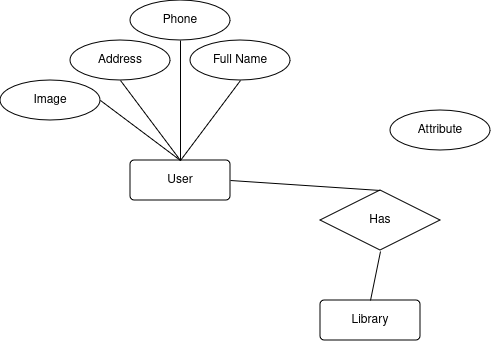
This is Untitled Diagram.drawio.png from Hossamfc9/Database-Design, a draw.io export, as it was before one commit. Source tidied: cells renumbered, new cells last; positions are measured from the earlier drawing's top-left corner, leaving out a move shared by most shapes.
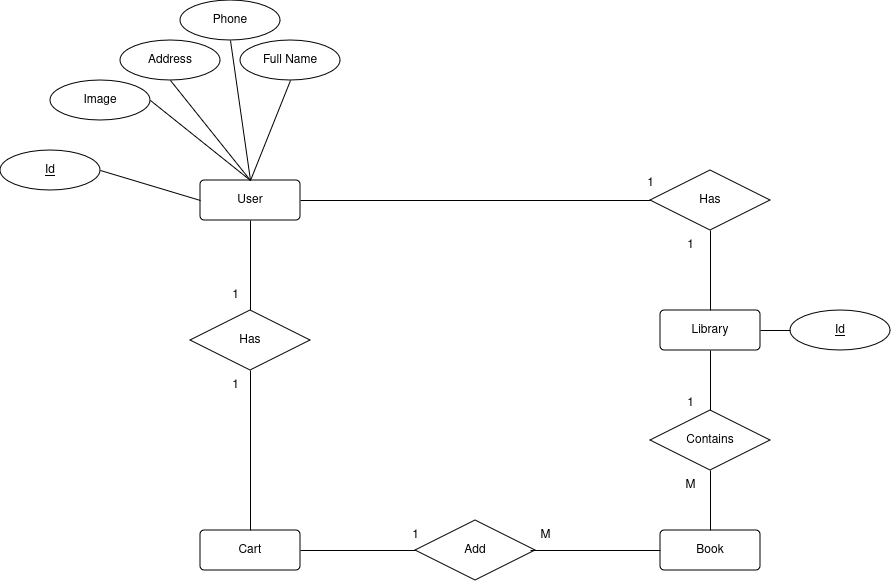
After the change.

Diff of the diagram source:
```diff
@@ -3,7 +3,7 @@
     <mxCell id="0" />
     <mxCell id="1" parent="0" />
     <mxCell id="2" value="User" style="rounded=1;arcSize=10;whiteSpace=wrap;html=1;align=center;" parent="1" vertex="1">
-      <mxGeometry x="130" y="160" width="100" height="40" as="geometry" />
+      <mxGeometry x="150" y="180" width="100" height="40" as="geometry" />
     </mxCell>
     <mxCell id="3" value="Full Name" style="ellipse;whiteSpace=wrap;html=1;align=center;" parent="1" vertex="1">
       <mxGeometry x="190" y="40" width="100" height="40" as="geometry" />
@@ -14,9 +14,6 @@
     <mxCell id="5" value="Phone" style="ellipse;whiteSpace=wrap;html=1;align=center;" parent="1" vertex="1">
       <mxGeometry x="130" width="100" height="40" as="geometry" />
     </mxCell>
-    <mxCell id="6" value="Attribute" style="ellipse;whiteSpace=wrap;html=1;align=center;" parent="1" vertex="1">
-      <mxGeometry x="390" y="110" width="100" height="40" as="geometry" />
-    </mxCell>
     <mxCell id="7" value="Image" style="ellipse;whiteSpace=wrap;html=1;align=center;" parent="1" vertex="1">
       <mxGeometry y="80" width="100" height="40" as="geometry" />
     </mxCell>
@@ -25,30 +22,97 @@
     </mxCell>
     <mxCell id="9" style="endArrow=none;html=1;rounded=0;exitX=0.5;exitY=1;exitDx=0;exitDy=0;" parent="1" edge="1" source="5">
       <mxGeometry relative="1" as="geometry">
-        <mxPoint x="180" y="160" as="targetPoint" />
+        <mxPoint x="200" y="180" as="targetPoint" />
       </mxGeometry>
     </mxCell>
     <mxCell id="10" style="endArrow=none;html=1;rounded=0;entryX=0.5;entryY=0;entryDx=0;entryDy=0;exitX=0.5;exitY=1;exitDx=0;exitDy=0;" parent="1" edge="1" source="4" target="2">
       <mxGeometry relative="1" as="geometry" />
     </mxCell>
-    <mxCell id="11" style="endArrow=none;html=1;rounded=0;exitX=1;exitY=0.5;exitDx=0;exitDy=0;" parent="1" edge="1" source="7">
-      <mxGeometry relative="1" as="geometry">
-        <mxPoint x="180" y="160" as="targetPoint" />
-      </mxGeometry>
+    <mxCell id="11" style="endArrow=none;html=1;rounded=0;exitX=1;exitY=0.5;exitDx=0;exitDy=0;entryX=0.5;entryY=0;entryDx=0;entryDy=0;" parent="1" edge="1" source="7" target="2">
+      <mxGeometry relative="1" as="geometry" />
     </mxCell>
     <mxCell id="12" value="Library" style="rounded=1;arcSize=10;whiteSpace=wrap;html=1;align=center;" parent="1" vertex="1">
-      <mxGeometry x="320" y="300" width="100" height="40" as="geometry" />
+      <mxGeometry x="610" y="310" width="100" height="40" as="geometry" />
     </mxCell>
-    <mxCell id="13" style="endArrow=none;html=1;rounded=0;exitX=1;exitY=0.5;exitDx=0;exitDy=0;entryX=0.5;entryY=0;entryDx=0;entryDy=0;" parent="1" edge="1" source="2" target="14">
+    <mxCell id="13" style="endArrow=none;html=1;rounded=0;exitX=1;exitY=0.5;exitDx=0;exitDy=0;entryX=0;entryY=0.5;entryDx=0;entryDy=0;" parent="1" edge="1" source="2" target="14">
       <mxGeometry relative="1" as="geometry" />
     </mxCell>
     <mxCell id="14" value="Has" style="shape=rhombus;perimeter=rhombusPerimeter;whiteSpace=wrap;html=1;align=center;" parent="1" vertex="1">
-      <mxGeometry x="320" y="190" width="120" height="60" as="geometry" />
+      <mxGeometry x="600" y="170" width="120" height="60" as="geometry" />
     </mxCell>
-    <mxCell id="15" style="endArrow=none;html=1;rounded=0;exitX=0.5;exitY=0;exitDx=0;exitDy=0;" parent="1" edge="1" source="12">
-      <mxGeometry relative="1" as="geometry">
-        <mxPoint x="380" y="251" as="targetPoint" />
-      </mxGeometry>
+    <mxCell id="15" style="endArrow=none;html=1;rounded=0;exitX=0.5;exitY=0;exitDx=0;exitDy=0;entryX=0.5;entryY=1;entryDx=0;entryDy=0;" parent="1" edge="1" source="12" target="14">
+      <mxGeometry relative="1" as="geometry" />
     </mxCell>
+    <mxCell id="16" value="Id" style="ellipse;whiteSpace=wrap;html=1;align=center;fontStyle=4;" parent="1" vertex="1">
+      <mxGeometry x="740" y="310" width="100" height="40" as="geometry" />
+    </mxCell>
+    <mxCell id="17" value="Id" style="ellipse;whiteSpace=wrap;html=1;align=center;fontStyle=4;" parent="1" vertex="1">
+      <mxGeometry x="-50" y="150" width="100" height="40" as="geometry" />
+    </mxCell>
+    <mxCell id="18" style="endArrow=none;html=1;rounded=0;exitX=1;exitY=0.5;exitDx=0;exitDy=0;entryX=0;entryY=0.5;entryDx=0;entryDy=0;" parent="1" edge="1" source="17" target="2">
+      <mxGeometry relative="1" as="geometry" />
+    </mxCell>
+    <mxCell id="19" style="endArrow=none;html=1;rounded=0;exitX=1;exitY=0.5;exitDx=0;exitDy=0;" parent="1" edge="1" source="12" target="16">
+      <mxGeometry relative="1" as="geometry" />
+    </mxCell>
+    <mxCell id="20" value="Book" style="rounded=1;arcSize=10;whiteSpace=wrap;html=1;align=center;" parent="1" vertex="1">
+      <mxGeometry x="610" y="530" width="100" height="40" as="geometry" />
+    </mxCell>
+    <mxCell id="21" style="endArrow=none;html=1;rounded=0;entryX=0.5;entryY=1;entryDx=0;entryDy=0;exitX=0.5;exitY=0;exitDx=0;exitDy=0;" parent="1" edge="1" source="22" target="12">
+      <mxGeometry relative="1" as="geometry" />
+    </mxCell>
+    <mxCell id="22" value="Contains" style="shape=rhombus;perimeter=rhombusPerimeter;whiteSpace=wrap;html=1;align=center;" parent="1" vertex="1">
+      <mxGeometry x="600" y="410" width="120" height="60" as="geometry" />
+    </mxCell>
+    <mxCell id="23" style="endArrow=none;html=1;rounded=0;exitX=0.5;exitY=0;exitDx=0;exitDy=0;entryX=0.5;entryY=1;entryDx=0;entryDy=0;" parent="1" edge="1" source="20" target="22">
+      <mxGeometry relative="1" as="geometry" />
+    </mxCell>
+    <mxCell id="24" value="Cart" style="rounded=1;arcSize=10;whiteSpace=wrap;html=1;align=center;" parent="1" vertex="1">
+      <mxGeometry x="150" y="530" width="100" height="40" as="geometry" />
+    </mxCell>
+    <mxCell id="25" style="endArrow=none;html=1;rounded=0;entryX=0.5;entryY=1;entryDx=0;entryDy=0;exitX=0.5;exitY=0;exitDx=0;exitDy=0;" parent="1" edge="1" source="26" target="2">
+      <mxGeometry relative="1" as="geometry" />
+    </mxCell>
+    <mxCell id="26" value="Has" style="shape=rhombus;perimeter=rhombusPerimeter;whiteSpace=wrap;html=1;align=center;" parent="1" vertex="1">
+      <mxGeometry x="140" y="310" width="120" height="60" as="geometry" />
+    </mxCell>
+    <mxCell id="27" style="endArrow=none;html=1;rounded=0;entryX=0.5;entryY=1;entryDx=0;entryDy=0;exitX=0.5;exitY=0;exitDx=0;exitDy=0;" parent="1" edge="1" source="24" target="26">
+      <mxGeometry relative="1" as="geometry" />
+    </mxCell>
+    <mxCell id="28" value="Add" style="shape=rhombus;perimeter=rhombusPerimeter;whiteSpace=wrap;html=1;align=center;" parent="1" vertex="1">
+      <mxGeometry x="365" y="520" width="120" height="60" as="geometry" />
+    </mxCell>
+    <mxCell id="29" style="endArrow=none;html=1;rounded=0;exitX=1;exitY=0.5;exitDx=0;exitDy=0;entryX=0;entryY=0.5;entryDx=0;entryDy=0;" parent="1" edge="1" source="24" target="28">
+      <mxGeometry relative="1" as="geometry" />
+    </mxCell>
+    <mxCell id="30" style="endArrow=none;html=1;rounded=0;entryX=0;entryY=0.5;entryDx=0;entryDy=0;" parent="1" edge="1" target="20">
+      <mxGeometry relative="1" as="geometry">
+        <mxPoint x="480" y="550" as="sourcePoint" />
+      </mxGeometry>
+    </mxCell>
+    <mxCell id="31" value="1" style="text;html=1;align=center;verticalAlign=middle;strokeColor=none;fillColor=none;" parent="1" vertex="1">
+      <mxGeometry x="170" y="370" width="30" height="30" as="geometry" />
+    </mxCell>
+    <mxCell id="32" value="1" style="text;html=1;align=center;verticalAlign=middle;strokeColor=none;fillColor=none;" parent="1" vertex="1">
+      <mxGeometry x="170" y="280" width="30" height="30" as="geometry" />
+    </mxCell>
+    <mxCell id="33" value="M" style="text;html=1;align=center;verticalAlign=middle;strokeColor=none;fillColor=none;" parent="1" vertex="1">
+      <mxGeometry x="480" y="520" width="30" height="30" as="geometry" />
+    </mxCell>
+    <mxCell id="34" value="1" style="text;html=1;align=center;verticalAlign=middle;strokeColor=none;fillColor=none;" parent="1" vertex="1">
+      <mxGeometry x="350" y="520" width="30" height="30" as="geometry" />
+    </mxCell>
+    <mxCell id="35" value="1" style="text;html=1;align=center;verticalAlign=middle;strokeColor=none;fillColor=none;" parent="1" vertex="1">
+      <mxGeometry x="585" y="168" width="30" height="30" as="geometry" />
+    </mxCell>
+    <mxCell id="36" value="1" style="text;html=1;align=center;verticalAlign=middle;strokeColor=none;fillColor=none;" parent="1" vertex="1">
+      <mxGeometry x="625" y="230" width="30" height="30" as="geometry" />
+    </mxCell>
+    <mxCell id="37" value="1" style="text;html=1;align=center;verticalAlign=middle;strokeColor=none;fillColor=none;" parent="1" vertex="1">
+      <mxGeometry x="625" y="388" width="30" height="30" as="geometry" />
+    </mxCell>
+    <mxCell id="38" value="M" style="text;html=1;align=center;verticalAlign=middle;strokeColor=none;fillColor=none;" parent="1" vertex="1">
+      <mxGeometry x="625" y="470" width="30" height="30" as="geometry" />
+    </mxCell>
   </root>
 </mxGraphModel>
```
